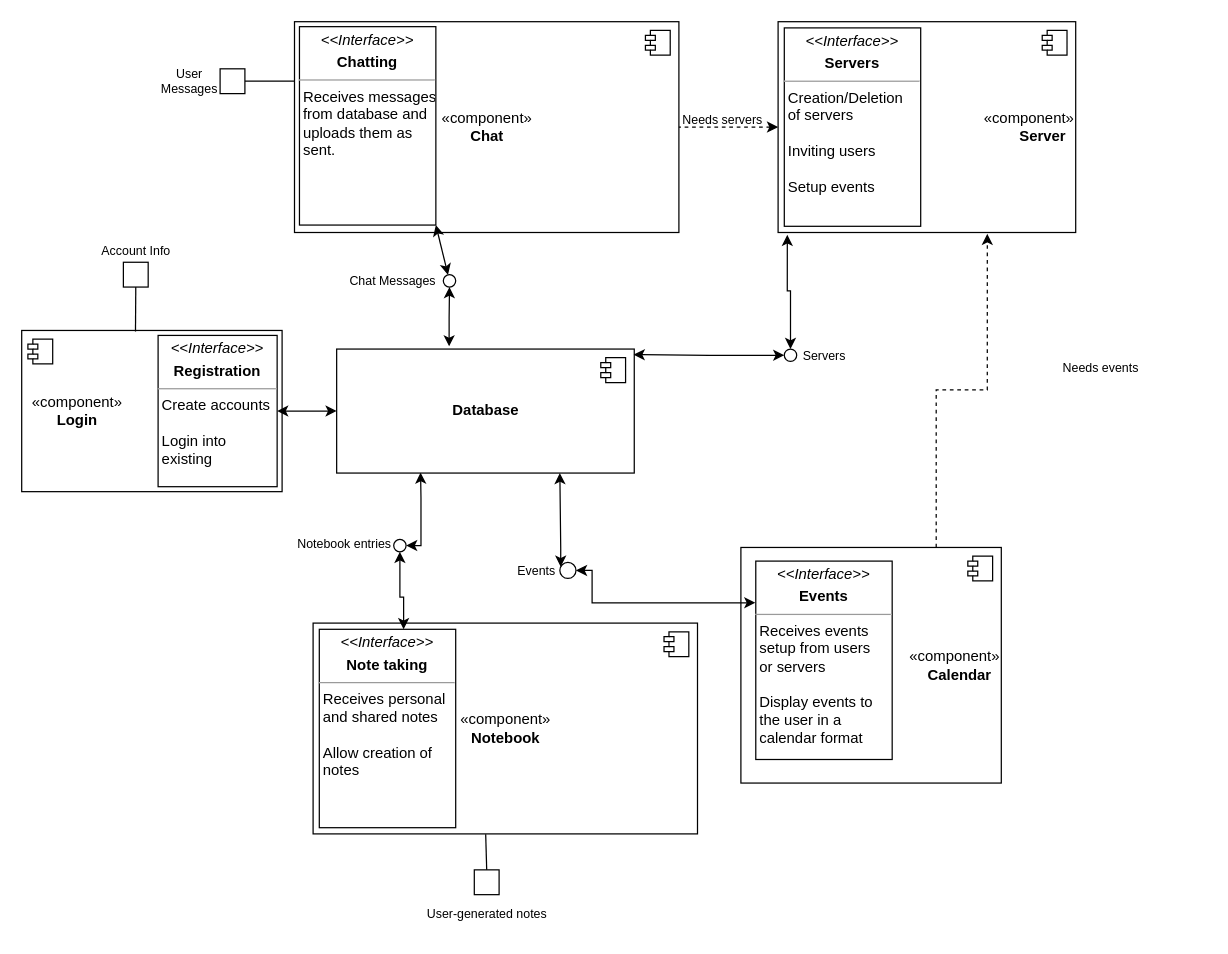
This is Design Files/component_diagram.drawio from benlloyd50/Vox_Design_Documents, a draw.io file, before an edit. Source tidied: cells renumbered, new cells numbered last; positions are measured from the earlier drawing's top-left corner, leaving out a move shared by most shapes. Both pictures are drawn from the tidied source at 124%, with x=0, y=0 at pixel (21, 21).
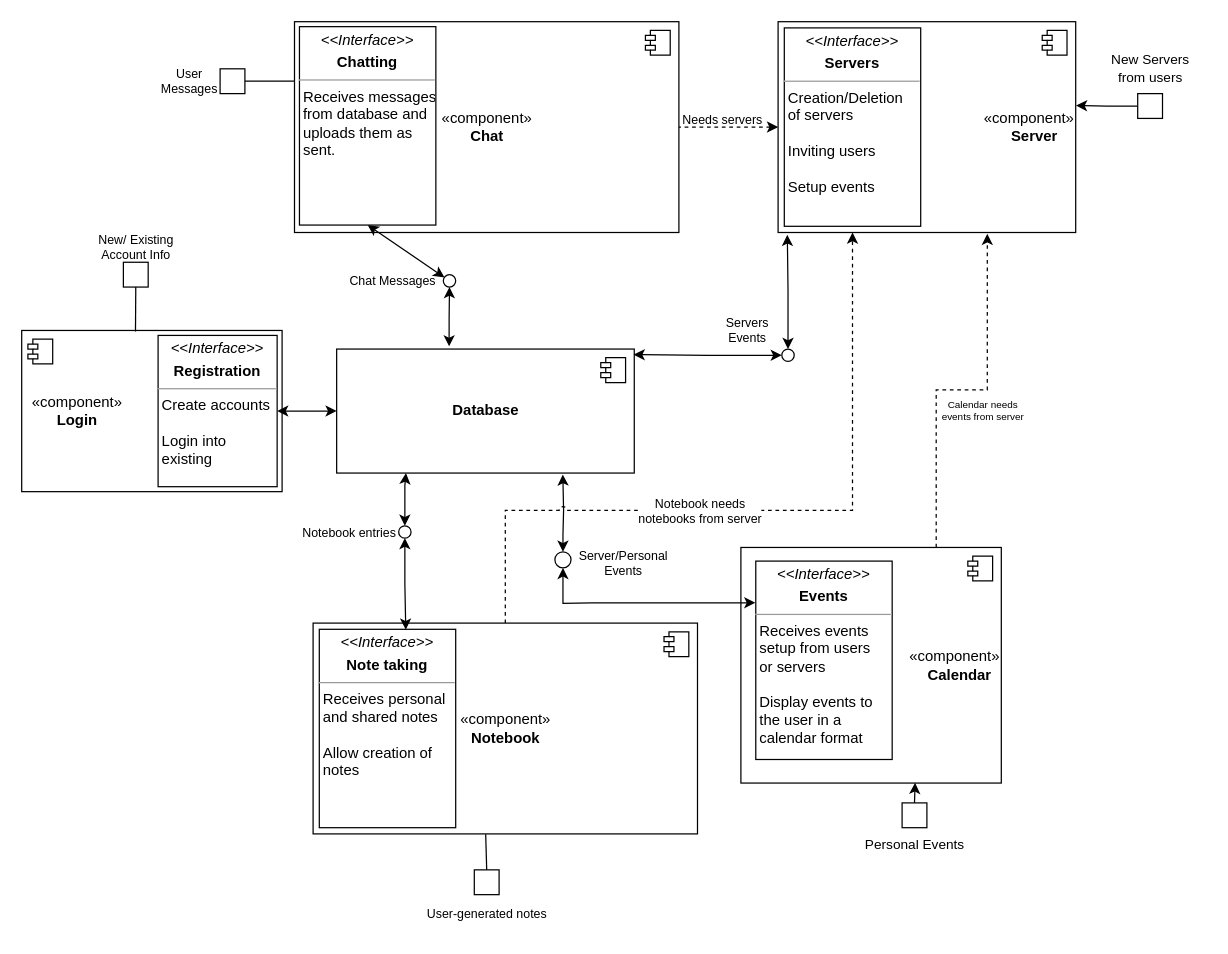
The same page after the edit.

Commit message (it also covers changes not shown here):
updated scripts to generate docs, fixed component diagram and added extra inputs, rendered docs

The change refers to these unchanged cells:
```xml
<mxCell id="6" value="&lt;div align=&quot;right&quot;&gt;«component»&lt;br&gt;&lt;b&gt;Calendar&amp;nbsp;&amp;nbsp; &lt;br&gt;&lt;/b&gt;&lt;/div&gt;" style="html=1;align=right;" parent="1" vertex="1">
  <mxGeometry x="580" y="424" width="210" height="190" as="geometry" />
</mxCell>
<mxCell id="9" value="«component»&lt;br&gt;&lt;b&gt;Notebook&lt;/b&gt;" style="html=1;" parent="1" vertex="1">
  <mxGeometry x="235" y="485" width="310" height="170" as="geometry" />
</mxCell>
<mxCell id="15" value="&lt;div&gt;&lt;b&gt;Database&lt;/b&gt;&lt;br&gt;&lt;/div&gt;" style="html=1;" parent="1" vertex="1">
  <mxGeometry x="254" y="264" width="240" height="100" as="geometry" />
</mxCell>
<mxCell id="18" style="ellipse;whiteSpace=wrap;html=1;align=center;points=[];outlineConnect=0;sketch=0;" parent="1" vertex="1">
  <mxGeometry x="340" y="204" width="10" height="10" as="geometry" />
</mxCell>
<mxCell id="20" value="&lt;p style=&quot;margin:0px;margin-top:4px;text-align:center;&quot;&gt;&lt;i&gt;&amp;lt;&amp;lt;Interface&amp;gt;&amp;gt;&lt;/i&gt;&lt;b&gt;&lt;br&gt;&lt;/b&gt;&lt;/p&gt;&lt;p style=&quot;margin:0px;margin-top:4px;text-align:center;&quot;&gt;&lt;b&gt;Chatting&lt;/b&gt;&lt;br&gt;&lt;b&gt;&lt;/b&gt;&lt;/p&gt;&lt;hr size=&quot;1&quot;&gt;&lt;div&gt;&amp;nbsp;Receives messages&lt;/div&gt;&lt;div&gt;&amp;nbsp;from database and&lt;/div&gt;&lt;div&gt;&amp;nbsp;uploads them as &lt;br&gt;&lt;/div&gt;&lt;div&gt;&amp;nbsp;sent.&lt;/div&gt;&lt;div&gt;&lt;br&gt;&lt;/div&gt;" style="verticalAlign=top;align=left;overflow=fill;fontSize=12;fontFamily=Helvetica;html=1;" parent="1" vertex="1">
  <mxGeometry x="224" y="4" width="110" height="160" as="geometry" />
</mxCell>
<mxCell id="29" value="&lt;p style=&quot;margin:0px;margin-top:4px;text-align:center;&quot;&gt;&lt;i&gt;&amp;lt;&amp;lt;Interface&amp;gt;&amp;gt;&lt;/i&gt;&lt;b&gt;&lt;br&gt;&lt;/b&gt;&lt;/p&gt;&lt;p style=&quot;margin:0px;margin-top:4px;text-align:center;&quot;&gt;&lt;b&gt;Events&lt;/b&gt;&lt;br&gt;&lt;b&gt;&lt;/b&gt;&lt;/p&gt;&lt;hr size=&quot;1&quot;&gt;&lt;div&gt;&amp;nbsp;Receives events&lt;/div&gt;&lt;div&gt;&amp;nbsp;setup from users&lt;/div&gt;&lt;div&gt;&amp;nbsp;or servers&lt;/div&gt;&lt;div&gt;&lt;br&gt;&lt;/div&gt;&lt;div&gt;&amp;nbsp;Display events to&lt;/div&gt;&lt;div&gt;&amp;nbsp;the user in a &lt;br&gt;&lt;/div&gt;&lt;div&gt;&amp;nbsp;calendar format&lt;br&gt;&lt;/div&gt;&lt;div&gt;&lt;br&gt;&lt;/div&gt;" style="verticalAlign=top;align=left;overflow=fill;fontSize=12;fontFamily=Helvetica;html=1;" parent="1" vertex="1">
  <mxGeometry x="592" y="435" width="110" height="160" as="geometry" />
</mxCell>
<mxCell id="32" value="&lt;p style=&quot;margin:0px;margin-top:4px;text-align:center;&quot;&gt;&lt;i&gt;&amp;lt;&amp;lt;Interface&amp;gt;&amp;gt;&lt;/i&gt;&lt;b&gt;&lt;br&gt;&lt;/b&gt;&lt;/p&gt;&lt;p style=&quot;margin:0px;margin-top:4px;text-align:center;&quot;&gt;&lt;b&gt;Note taking&lt;/b&gt;&lt;br&gt;&lt;b&gt;&lt;/b&gt;&lt;/p&gt;&lt;hr size=&quot;1&quot;&gt;&lt;div&gt;&amp;nbsp;Receives personal&lt;/div&gt;&lt;div&gt;&amp;nbsp;and shared notes&lt;br&gt;&lt;/div&gt;&lt;div&gt;&lt;br&gt;&lt;/div&gt;&lt;div&gt;&amp;nbsp;Allow creation of&lt;/div&gt;&lt;div&gt;&amp;nbsp;notes&lt;br&gt;&lt;/div&gt;&lt;div&gt;&lt;br&gt;&lt;/div&gt;" style="verticalAlign=top;align=left;overflow=fill;fontSize=12;fontFamily=Helvetica;html=1;" parent="1" vertex="1">
  <mxGeometry x="240" y="490" width="110" height="160" as="geometry" />
</mxCell>
```

What changed in the source:
```diff
@@
-    <mxCell id="4" style="edgeStyle=orthogonalEdgeStyle;rounded=0;jettySize=auto;html=1;exitX=0;exitY=0.25;exitDx=0;exitDy=0;entryX=0.75;entryY=1;entryDx=0;entryDy=0;fontSize=6;startArrow=classic;startFill=1;endArrow=classic;endFill=1;" parent="1" edge="1" source="25" target="15">
+    <mxCell id="4" style="edgeStyle=orthogonalEdgeStyle;rounded=0;jettySize=auto;html=1;exitX=0.5;exitY=0;exitDx=0;exitDy=0;fontSize=6;startArrow=classic;startFill=1;endArrow=classic;endFill=1;entryX=0.76;entryY=1.012;entryDx=0;entryDy=0;entryPerimeter=0;" parent="1" edge="1" source="25" target="15">
       <mxGeometry relative="1" as="geometry">
         <Array as="points">
-          <mxPoint x="434" y="425" />
+          <mxPoint x="437" y="414" />
+          <mxPoint x="437" y="414" />
+          <mxPoint x="437" y="394" />
+          <mxPoint x="436" y="394" />
         </Array>
       </mxGeometry>
     </mxCell>
@@
-    <mxCell id="8" style="edgeStyle=orthogonalEdgeStyle;rounded=0;jettySize=auto;html=1;exitX=1;exitY=0.5;exitDx=0;exitDy=0;entryX=0.282;entryY=0.996;entryDx=0;entryDy=0;fontSize=10;startArrow=classic;startFill=1;endArrow=classic;endFill=1;entryPerimeter=0;" parent="1" edge="1" source="22" target="15">
+    <mxCell id="8" style="edgeStyle=orthogonalEdgeStyle;rounded=0;jettySize=auto;html=1;exitX=0.5;exitY=0;exitDx=0;exitDy=0;fontSize=10;startArrow=classic;startFill=1;endArrow=classic;endFill=1;entryX=0.233;entryY=1;entryDx=0;entryDy=0;entryPerimeter=0;" parent="1" edge="1" source="22" target="15">
       <mxGeometry relative="1" as="geometry">
         <Array as="points">
-          <mxPoint x="322" y="423" />
-          <mxPoint x="322" y="384" />
-          <mxPoint x="322" y="384" />
+          <mxPoint x="309" y="374" />
+          <mxPoint x="310" y="374" />
         </Array>
       </mxGeometry>
     </mxCell>
+    <mxCell id="50" style="edgeStyle=orthogonalEdgeStyle;rounded=0;jettySize=auto;html=1;exitX=0.5;exitY=0;exitDx=0;exitDy=0;entryX=0.25;entryY=1;entryDx=0;entryDy=0;fontSize=11;startArrow=none;startFill=0;endArrow=classic;endFill=1;jumpStyle=arc;dashed=1;" parent="1" edge="1" source="9" target="12">
+      <mxGeometry relative="1" as="geometry">
+        <Array as="points">
+          <mxPoint x="390" y="394" />
+          <mxPoint x="670" y="394" />
+        </Array>
+      </mxGeometry>
+    </mxCell>
+    <mxCell id="51" value="&lt;div style=&quot;font-size: 10px;&quot;&gt;&lt;font style=&quot;font-size: 10px;&quot;&gt;Notebook needs&lt;/font&gt;&lt;/div&gt;&lt;div style=&quot;font-size: 10px;&quot;&gt;&lt;font style=&quot;font-size: 10px;&quot;&gt;notebooks from server&lt;br&gt;&lt;/font&gt;&lt;/div&gt;" style="edgeLabel;html=1;align=center;verticalAlign=middle;fontSize=11;" parent="50" vertex="1">
+      <mxGeometry x="-0.17" relative="1" as="geometry" />
+    </mxCell>
@@
-    <mxCell id="12" value="&lt;div align=&quot;right&quot;&gt;«component»&lt;/div&gt;&lt;div align=&quot;right&quot;&gt;&lt;b&gt;Server&lt;/b&gt;&amp;nbsp;&amp;nbsp; &lt;br&gt;&lt;/div&gt;" style="html=1;align=right;" parent="1" vertex="1">
+    <mxCell id="12" value="&lt;div align=&quot;right&quot;&gt;«component»&lt;/div&gt;&lt;div align=&quot;right&quot;&gt;&lt;b&gt;Server &amp;nbsp;&lt;/b&gt; &amp;nbsp; &lt;br&gt;&lt;/div&gt;" style="html=1;align=right;" parent="1" vertex="1">
       <mxGeometry x="610" width="240" height="170" as="geometry" />
     </mxCell>
@@
-    <mxCell id="17" style="rounded=0;jettySize=auto;html=1;endArrow=classic;endFill=1;sketch=0;sourcePerimeterSpacing=0;targetPerimeterSpacing=0;startArrow=classic;startFill=1;exitX=1;exitY=1;exitDx=0;exitDy=0;" parent="1" edge="1" source="20" target="18">
+    <mxCell id="17" style="rounded=0;jettySize=auto;html=1;endArrow=classic;endFill=1;sketch=0;sourcePerimeterSpacing=0;targetPerimeterSpacing=0;startArrow=classic;startFill=1;exitX=0.5;exitY=1;exitDx=0;exitDy=0;" parent="1" edge="1" source="20" target="18">
       <mxGeometry relative="1" as="geometry" />
     </mxCell>
@@
-    <mxCell id="21" style="edgeStyle=orthogonalEdgeStyle;rounded=0;jettySize=auto;html=1;entryX=0.5;entryY=1;entryDx=0;entryDy=0;fontSize=10;startArrow=classic;startFill=1;endArrow=classic;endFill=1;" parent="1" edge="1" source="32" target="22">
-      <mxGeometry relative="1" as="geometry">
-        <Array as="points">
-          <mxPoint x="308" y="464" />
-          <mxPoint x="305" y="464" />
-        </Array>
-      </mxGeometry>
-    </mxCell>
+    <mxCell id="52" style="edgeStyle=orthogonalEdgeStyle;rounded=0;jettySize=auto;html=1;exitX=0.5;exitY=1;exitDx=0;exitDy=0;entryX=0.634;entryY=0.002;entryDx=0;entryDy=0;entryPerimeter=0;fontSize=11;startArrow=classic;startFill=1;" parent="1" edge="1" source="22" target="32">
+      <mxGeometry relative="1" as="geometry" />
+    </mxCell>
     <mxCell id="22" style="ellipse;whiteSpace=wrap;html=1;fontSize=10;" parent="1" vertex="1">
-      <mxGeometry x="300" y="417.5" width="10" height="10" as="geometry" />
+      <mxGeometry x="304" y="406.5" width="10" height="10" as="geometry" />
     </mxCell>
     <mxCell id="23" value="Notebook entries" style="text;html=1;align=center;verticalAlign=middle;strokeColor=none;fillColor=none;fontSize=10;" parent="1" vertex="1">
-      <mxGeometry x="210" y="406" width="100" height="30" as="geometry" />
+      <mxGeometry x="214" y="396.5" width="100" height="30" as="geometry" />
     </mxCell>
-    <mxCell id="24" style="edgeStyle=orthogonalEdgeStyle;rounded=0;jettySize=auto;html=1;entryX=1;entryY=0.5;entryDx=0;entryDy=0;fontSize=6;startArrow=classic;startFill=1;endArrow=classic;endFill=1;exitX=-0.003;exitY=0.21;exitDx=0;exitDy=0;exitPerimeter=0;" parent="1" edge="1" source="29" target="25">
+    <mxCell id="24" style="edgeStyle=orthogonalEdgeStyle;rounded=0;jettySize=auto;html=1;entryX=0.5;entryY=1;entryDx=0;entryDy=0;fontSize=6;startArrow=classic;startFill=1;endArrow=classic;endFill=1;exitX=-0.003;exitY=0.21;exitDx=0;exitDy=0;exitPerimeter=0;" parent="1" edge="1" source="29" target="25">
       <mxGeometry relative="1" as="geometry">
         <Array as="points">
           <mxPoint x="460" y="469" />
-          <mxPoint x="460" y="443" />
+          <mxPoint x="441" y="469" />
         </Array>
       </mxGeometry>
     </mxCell>
     <mxCell id="25" style="ellipse;whiteSpace=wrap;html=1;fontSize=6;" parent="1" vertex="1">
-      <mxGeometry x="434" y="436" width="13" height="13" as="geometry" />
+      <mxGeometry x="430" y="427.5" width="13" height="13" as="geometry" />
     </mxCell>
-    <mxCell id="26" value="&lt;font style=&quot;font-size: 10px;&quot;&gt;Events&lt;/font&gt;" style="text;html=1;align=center;verticalAlign=middle;strokeColor=none;fillColor=none;fontSize=6;" parent="1" vertex="1">
-      <mxGeometry x="390" y="427.5" width="50" height="30" as="geometry" />
+    <mxCell id="26" value="&lt;div&gt;&lt;font style=&quot;font-size: 10px;&quot;&gt;Server/Personal&lt;br&gt;&lt;/font&gt;&lt;/div&gt;&lt;div&gt;&lt;font style=&quot;font-size: 10px;&quot;&gt;Events&lt;/font&gt;&lt;/div&gt;" style="text;html=1;align=center;verticalAlign=middle;strokeColor=none;fillColor=none;fontSize=6;" parent="1" vertex="1">
+      <mxGeometry x="435" y="416.5" width="100" height="40" as="geometry" />
     </mxCell>
@@
-    <mxCell id="28" value="&lt;div style=&quot;font-size: 10px;&quot;&gt;&lt;font style=&quot;font-size: 10px;&quot;&gt;Needs events&lt;/font&gt;&lt;/div&gt;" style="text;html=1;align=center;verticalAlign=middle;strokeColor=none;fillColor=none;fontSize=8;" parent="1" vertex="1">
-      <mxGeometry x="830" y="264" width="80" height="30" as="geometry" />
+    <mxCell id="28" value="&lt;div&gt;Calendar needs&lt;/div&gt;&lt;div&gt;events from server&lt;br&gt;&lt;/div&gt;" style="text;html=1;align=center;verticalAlign=middle;strokeColor=none;fillColor=none;fontSize=8;" parent="1" vertex="1">
+      <mxGeometry x="730" y="299" width="90" height="30" as="geometry" />
     </mxCell>
@@
     <mxCell id="35" style="ellipse;whiteSpace=wrap;html=1;fontSize=10;" parent="1" vertex="1">
-      <mxGeometry x="615" y="264" width="10" height="10" as="geometry" />
+      <mxGeometry x="613" y="264" width="10" height="10" as="geometry" />
     </mxCell>
-    <mxCell id="36" value="&lt;font style=&quot;font-size: 10px;&quot;&gt;Servers&lt;/font&gt;" style="text;html=1;align=center;verticalAlign=middle;strokeColor=none;fillColor=none;fontSize=10;" parent="1" vertex="1">
-      <mxGeometry x="617" y="254" width="60" height="30" as="geometry" />
+    <mxCell id="36" value="&lt;div&gt;&lt;font style=&quot;font-size: 10px;&quot;&gt;Servers&lt;/font&gt;&lt;/div&gt;Events" style="text;html=1;align=center;verticalAlign=middle;strokeColor=none;fillColor=none;fontSize=10;" parent="1" vertex="1">
+      <mxGeometry x="555" y="229" width="60" height="40" as="geometry" />
     </mxCell>
@@
-    <mxCell id="46" value="Account Info" style="text;html=1;align=center;verticalAlign=middle;strokeColor=none;fillColor=none;fontSize=10;" parent="1" vertex="1">
-      <mxGeometry x="52" y="170" width="80" height="30" as="geometry" />
+    <mxCell id="46" value="&lt;div&gt;New/ Existing&lt;/div&gt;&lt;div&gt;Account Info&lt;/div&gt;" style="text;html=1;align=center;verticalAlign=middle;strokeColor=none;fillColor=none;fontSize=10;" parent="1" vertex="1">
+      <mxGeometry x="52" y="162" width="80" height="40" as="geometry" />
     </mxCell>
@@
+    <mxCell id="53" style="edgeStyle=orthogonalEdgeStyle;rounded=0;jettySize=auto;html=1;exitX=0;exitY=0.5;exitDx=0;exitDy=0;entryX=1.001;entryY=0.398;entryDx=0;entryDy=0;entryPerimeter=0;" parent="1" edge="1" source="54" target="12">
+      <mxGeometry relative="1" as="geometry" />
+    </mxCell>
+    <mxCell id="54" style="whiteSpace=wrap;html=1;" parent="1" vertex="1">
+      <mxGeometry x="900" y="58" width="20" height="20" as="geometry" />
+    </mxCell>
+    <mxCell id="55" value="&lt;div style=&quot;font-size: 11px;&quot;&gt;&lt;font style=&quot;font-size: 11px;&quot;&gt;New Servers&lt;/font&gt;&lt;/div&gt;&lt;div style=&quot;font-size: 11px;&quot;&gt;&lt;font style=&quot;font-size: 11px;&quot;&gt;&lt;font style=&quot;font-size: 11px;&quot;&gt;from users&lt;/font&gt;&lt;br&gt;&lt;/font&gt;&lt;/div&gt;" style="text;html=1;align=center;verticalAlign=middle;strokeColor=none;fillColor=none;" parent="1" vertex="1">
+      <mxGeometry x="865" y="18" width="90" height="40" as="geometry" />
+    </mxCell>
+    <mxCell id="56" style="edgeStyle=orthogonalEdgeStyle;rounded=0;jettySize=auto;html=1;exitX=0.5;exitY=0;exitDx=0;exitDy=0;entryX=0.669;entryY=0.999;entryDx=0;entryDy=0;entryPerimeter=0;fontSize=11;startArrow=none;startFill=0;" parent="1" edge="1" source="57" target="6">
+      <mxGeometry relative="1" as="geometry" />
+    </mxCell>
+    <mxCell id="57" style="whiteSpace=wrap;html=1;" parent="1" vertex="1">
+      <mxGeometry x="710" y="630" width="20" height="20" as="geometry" />
+    </mxCell>
+    <mxCell id="58" value="&lt;div&gt;Personal Events&lt;/div&gt;" style="text;html=1;align=center;verticalAlign=middle;strokeColor=none;fillColor=none;fontSize=11;" parent="1" vertex="1">
+      <mxGeometry x="670" y="649" width="100" height="30" as="geometry" />
+    </mxCell>
```
